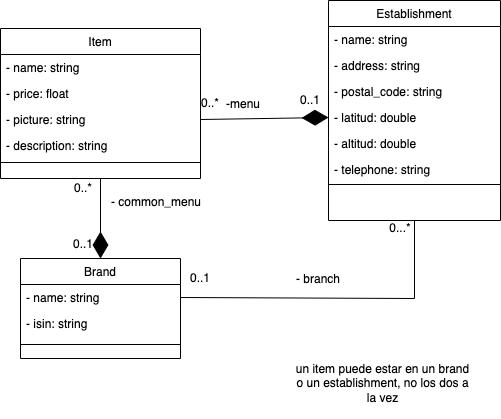
This is classDiagram.drawio.png from Rosa9120/AlacantGO, a draw.io export, as it was before one commit. Source tidied: cells renumbered, new cells last; positions are measured from the earlier drawing's top-left corner, leaving out a move shared by most shapes.
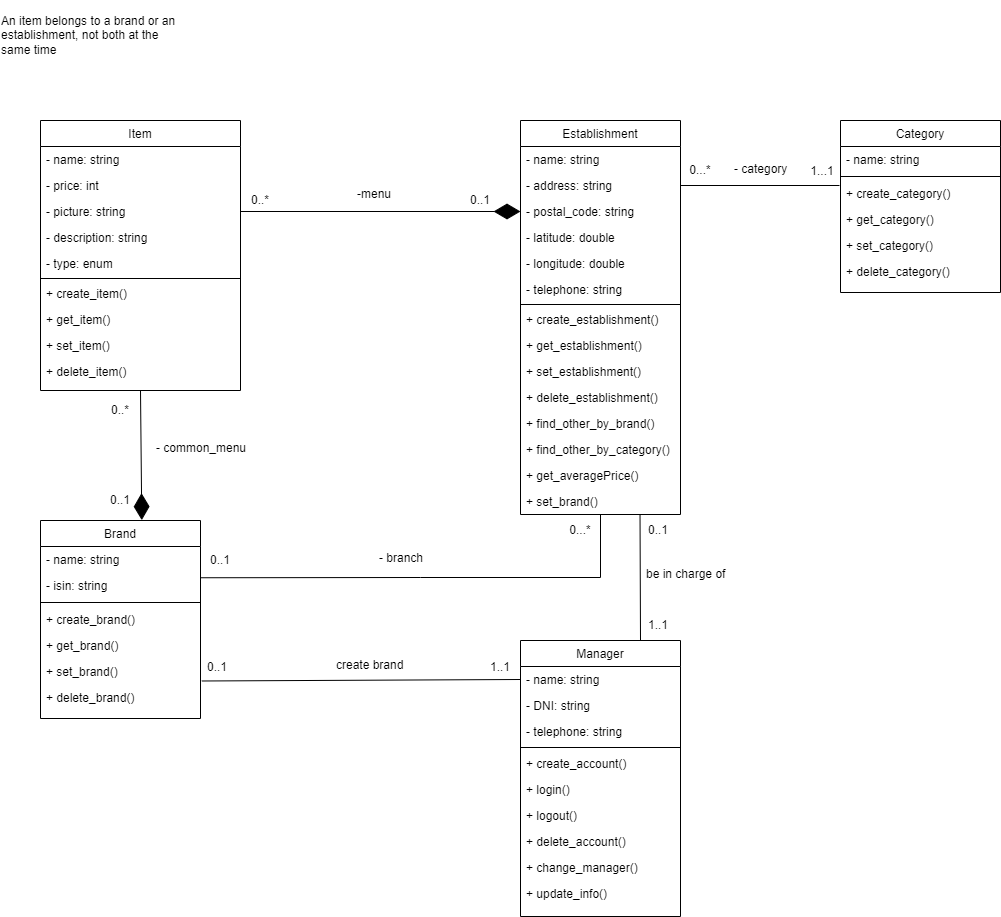
The same file after the commit.

Commit message:
class diagram modified

Diff of the diagram source:
```diff
@@ -5,3 +5,3 @@
     <mxCell id="2" value="Item" style="swimlane;fontStyle=0;align=center;verticalAlign=top;horizontal=1;startSize=26;rounded=0;shadow=0;strokeWidth=1;" parent="1" vertex="1">
-      <mxGeometry y="28" width="200" height="150" as="geometry" />
+      <mxGeometry x="-100" y="-242" width="200" height="270" as="geometry" />
     </mxCell>
@@ -10,3 +10,3 @@
     </mxCell>
-    <mxCell id="4" value="- price: float" style="text;align=left;verticalAlign=top;spacingLeft=4;spacingRight=4;overflow=hidden;" parent="2" vertex="1">
+    <mxCell id="4" value="- price: int" style="text;align=left;verticalAlign=top;spacingLeft=4;spacingRight=4;overflow=hidden;" parent="2" vertex="1">
       <mxGeometry y="52" width="200" height="26" as="geometry" />
@@ -19,7 +19,22 @@
     </mxCell>
+    <mxCell id="33" value="- type: enum" style="text;align=left;verticalAlign=top;spacingLeft=4;spacingRight=4;overflow=hidden;rounded=0;shadow=0;html=0;" parent="2" vertex="1">
+      <mxGeometry y="130" width="200" height="26" as="geometry" />
+    </mxCell>
     <mxCell id="7" style="line;html=1;strokeWidth=1;align=left;verticalAlign=middle;spacingTop=-1;spacingLeft=3;spacingRight=3;labelPosition=right;" parent="2" vertex="1">
-      <mxGeometry y="130" width="200" height="8" as="geometry" />
+      <mxGeometry y="156" width="200" height="4" as="geometry" />
     </mxCell>
+    <mxCell id="34" value="+ create_item()" style="text;align=left;verticalAlign=top;spacingLeft=4;spacingRight=4;overflow=hidden;rounded=0;shadow=0;html=0;" parent="2" vertex="1">
+      <mxGeometry y="160" width="200" height="26" as="geometry" />
+    </mxCell>
+    <mxCell id="35" value="+ get_item()" style="text;align=left;verticalAlign=top;spacingLeft=4;spacingRight=4;overflow=hidden;rounded=0;shadow=0;html=0;" parent="2" vertex="1">
+      <mxGeometry y="186" width="200" height="26" as="geometry" />
+    </mxCell>
+    <mxCell id="36" value="+ set_item()" style="text;align=left;verticalAlign=top;spacingLeft=4;spacingRight=4;overflow=hidden;rounded=0;shadow=0;html=0;" parent="2" vertex="1">
+      <mxGeometry y="212" width="200" height="26" as="geometry" />
+    </mxCell>
+    <mxCell id="37" value="+ delete_item()" style="text;align=left;verticalAlign=top;spacingLeft=4;spacingRight=4;overflow=hidden;rounded=0;shadow=0;html=0;" parent="2" vertex="1">
+      <mxGeometry y="238" width="200" height="26" as="geometry" />
+    </mxCell>
     <mxCell id="8" value="Brand" style="swimlane;fontStyle=0;align=center;verticalAlign=top;horizontal=1;startSize=26;rounded=0;shadow=0;strokeWidth=1;" parent="1" vertex="1">
-      <mxGeometry x="20" y="258" width="160" height="100" as="geometry" />
+      <mxGeometry x="-100" y="158" width="160" height="198" as="geometry" />
     </mxCell>
@@ -32,29 +47,65 @@
     <mxCell id="11" style="line;html=1;strokeWidth=1;align=left;verticalAlign=middle;spacingTop=-1;spacingLeft=3;spacingRight=3;labelPosition=right;" parent="8" vertex="1">
-      <mxGeometry y="78" width="160" height="16" as="geometry" />
+      <mxGeometry y="78" width="160" height="8" as="geometry" />
     </mxCell>
+    <mxCell id="38" value="+ create_brand()" style="text;align=left;verticalAlign=top;spacingLeft=4;spacingRight=4;overflow=hidden;rounded=0;shadow=0;html=0;" parent="8" vertex="1">
+      <mxGeometry y="86" width="160" height="26" as="geometry" />
+    </mxCell>
+    <mxCell id="39" value="+ get_brand()" style="text;align=left;verticalAlign=top;spacingLeft=4;spacingRight=4;overflow=hidden;rounded=0;shadow=0;html=0;" parent="8" vertex="1">
+      <mxGeometry y="112" width="160" height="26" as="geometry" />
+    </mxCell>
+    <mxCell id="40" value="+ set_brand()" style="text;align=left;verticalAlign=top;spacingLeft=4;spacingRight=4;overflow=hidden;points=[[0,0.5],[1,0.5]];portConstraint=eastwest;rounded=0;shadow=0;html=0;" parent="8" vertex="1">
+      <mxGeometry y="138" width="160" height="26" as="geometry" />
+    </mxCell>
+    <mxCell id="41" value="+ delete_brand()" style="text;align=left;verticalAlign=top;spacingLeft=4;spacingRight=4;overflow=hidden;rounded=0;shadow=0;html=0;" parent="8" vertex="1">
+      <mxGeometry y="164" width="160" height="26" as="geometry" />
+    </mxCell>
     <mxCell id="12" value="Establishment" style="swimlane;fontStyle=0;align=center;verticalAlign=top;horizontal=1;startSize=26;rounded=0;shadow=0;strokeWidth=1;" parent="1" vertex="1">
-      <mxGeometry x="328" width="172" height="220" as="geometry" />
+      <mxGeometry x="380" y="-242" width="160" height="394" as="geometry" />
     </mxCell>
     <mxCell id="13" value="- name: string" style="text;align=left;verticalAlign=top;spacingLeft=4;spacingRight=4;overflow=hidden;" parent="12" vertex="1">
-      <mxGeometry y="26" width="172" height="26" as="geometry" />
+      <mxGeometry y="26" width="160" height="26" as="geometry" />
     </mxCell>
     <mxCell id="14" value="- address: string" style="text;align=left;verticalAlign=top;spacingLeft=4;spacingRight=4;overflow=hidden;points=[[0,0.5],[1,0.5]];portConstraint=eastwest;" parent="12" vertex="1">
-      <mxGeometry y="52" width="172" height="26" as="geometry" />
+      <mxGeometry y="52" width="160" height="26" as="geometry" />
     </mxCell>
     <mxCell id="15" value="- postal_code: string" style="text;align=left;verticalAlign=top;spacingLeft=4;spacingRight=4;overflow=hidden;points=[[0,0.5],[1,0.5]];portConstraint=eastwest;rounded=0;shadow=0;html=0;" parent="12" vertex="1">
-      <mxGeometry y="78" width="172" height="26" as="geometry" />
+      <mxGeometry y="78" width="160" height="26" as="geometry" />
     </mxCell>
-    <mxCell id="16" value="- latitud: double" style="text;align=left;verticalAlign=top;spacingLeft=4;spacingRight=4;overflow=hidden;points=[[0,0.5],[1,0.5]];portConstraint=eastwest;rounded=0;shadow=0;html=0;" parent="12" vertex="1">
-      <mxGeometry y="104" width="172" height="26" as="geometry" />
+    <mxCell id="16" value="- latitude: double" style="text;align=left;verticalAlign=top;spacingLeft=4;spacingRight=4;overflow=hidden;points=[[0,0.5],[1,0.5]];portConstraint=eastwest;rounded=0;shadow=0;html=0;" parent="12" vertex="1">
+      <mxGeometry y="104" width="160" height="26" as="geometry" />
     </mxCell>
-    <mxCell id="17" value="- altitud: double" style="text;align=left;verticalAlign=top;spacingLeft=4;spacingRight=4;overflow=hidden;rounded=0;shadow=0;html=0;" parent="12" vertex="1">
-      <mxGeometry y="130" width="172" height="26" as="geometry" />
+    <mxCell id="17" value="- longitude: double" style="text;align=left;verticalAlign=top;spacingLeft=4;spacingRight=4;overflow=hidden;rounded=0;shadow=0;html=0;" parent="12" vertex="1">
+      <mxGeometry y="130" width="160" height="26" as="geometry" />
     </mxCell>
     <mxCell id="18" value="- telephone: string" style="text;align=left;verticalAlign=top;spacingLeft=4;spacingRight=4;overflow=hidden;rounded=0;shadow=0;html=0;" parent="12" vertex="1">
-      <mxGeometry y="156" width="172" height="26" as="geometry" />
+      <mxGeometry y="156" width="160" height="26" as="geometry" />
     </mxCell>
     <mxCell id="19" style="line;html=1;strokeWidth=1;align=left;verticalAlign=middle;spacingTop=-1;spacingLeft=3;spacingRight=3;labelPosition=right;" parent="12" vertex="1">
-      <mxGeometry y="182" width="172" height="4" as="geometry" />
+      <mxGeometry y="182" width="160" height="4" as="geometry" />
     </mxCell>
+    <mxCell id="42" value="+ create_establishment()" style="text;align=left;verticalAlign=top;spacingLeft=4;spacingRight=4;overflow=hidden;rounded=0;shadow=0;html=0;" parent="12" vertex="1">
+      <mxGeometry y="186" width="160" height="26" as="geometry" />
+    </mxCell>
+    <mxCell id="43" value="+ get_establishment()" style="text;align=left;verticalAlign=top;spacingLeft=4;spacingRight=4;overflow=hidden;rounded=0;shadow=0;html=0;" parent="12" vertex="1">
+      <mxGeometry y="212" width="160" height="26" as="geometry" />
+    </mxCell>
+    <mxCell id="44" value="+ set_establishment()" style="text;align=left;verticalAlign=top;spacingLeft=4;spacingRight=4;overflow=hidden;rounded=0;shadow=0;html=0;" parent="12" vertex="1">
+      <mxGeometry y="238" width="160" height="26" as="geometry" />
+    </mxCell>
+    <mxCell id="45" value="+ delete_establishment()" style="text;align=left;verticalAlign=top;spacingLeft=4;spacingRight=4;overflow=hidden;rounded=0;shadow=0;html=0;" parent="12" vertex="1">
+      <mxGeometry y="264" width="160" height="26" as="geometry" />
+    </mxCell>
+    <mxCell id="46" value="+ find_other_by_brand()" style="text;align=left;verticalAlign=top;spacingLeft=4;spacingRight=4;overflow=hidden;rounded=0;shadow=0;html=0;" parent="12" vertex="1">
+      <mxGeometry y="290" width="160" height="26" as="geometry" />
+    </mxCell>
+    <mxCell id="47" value="+ find_other_by_category()" style="text;align=left;verticalAlign=top;spacingLeft=4;spacingRight=4;overflow=hidden;rounded=0;shadow=0;html=0;" parent="12" vertex="1">
+      <mxGeometry y="316" width="160" height="26" as="geometry" />
+    </mxCell>
+    <mxCell id="48" value="+ get_averagePrice()" style="text;align=left;verticalAlign=top;spacingLeft=4;spacingRight=4;overflow=hidden;rounded=0;shadow=0;html=0;" parent="12" vertex="1">
+      <mxGeometry y="342" width="160" height="26" as="geometry" />
+    </mxCell>
+    <mxCell id="49" value="+ set_brand()" style="text;align=left;verticalAlign=top;spacingLeft=4;spacingRight=4;overflow=hidden;points=[[0,0.5],[1,0.5]];portConstraint=eastwest;rounded=0;shadow=0;html=0;" parent="12" vertex="1">
+      <mxGeometry y="368" width="160" height="26" as="geometry" />
+    </mxCell>
-    <mxCell id="20" style="endArrow=diamondThin;endFill=1;endSize=24;html=1;rounded=0;exitX=0.5;exitY=1;exitDx=0;exitDy=0;entryX=0.5;entryY=0;entryDx=0;entryDy=0;" parent="1" edge="1" source="2" target="8">
+    <mxCell id="20" style="endArrow=diamondThin;endFill=1;endSize=24;html=1;rounded=0;exitX=0.5;exitY=1;exitDx=0;exitDy=0;entryX=0.633;entryY=-0.002;entryDx=0;entryDy=0;entryPerimeter=0;" parent="1" edge="1" source="2" target="8">
       <mxGeometry relative="1" as="geometry" />
@@ -62,5 +113,5 @@
     <mxCell id="21" value="0..1" style="text;html=1;strokeColor=none;fillColor=none;align=center;verticalAlign=middle;whiteSpace=wrap;rounded=0;" parent="1" vertex="1">
-      <mxGeometry x="73" y="234" width="20" height="20" as="geometry" />
+      <mxGeometry x="-30" y="128" width="20" height="20" as="geometry" />
     </mxCell>
-    <mxCell id="22" style="endArrow=diamondThin;endFill=1;endSize=24;html=1;rounded=0;exitX=1;exitY=0.5;exitDx=0;exitDy=0;entryX=0;entryY=0.5;entryDx=0;entryDy=0;" parent="1" edge="1" source="5" target="16">
+    <mxCell id="22" style="endArrow=diamondThin;endFill=1;endSize=24;html=1;rounded=0;exitX=1;exitY=0.5;exitDx=0;exitDy=0;entryX=0;entryY=0.5;entryDx=0;entryDy=0;" parent="1" edge="1" source="5" target="15">
       <mxGeometry relative="1" as="geometry" />
@@ -68,14 +119,15 @@
     <mxCell id="23" value="0..*" style="text;html=1;strokeColor=none;fillColor=none;align=center;verticalAlign=middle;whiteSpace=wrap;rounded=0;" parent="1" vertex="1">
-      <mxGeometry x="73" y="178" width="20" height="20" as="geometry" />
+      <mxGeometry x="-30" y="38" width="20" height="20" as="geometry" />
     </mxCell>
     <mxCell id="24" value="0..*" style="text;html=1;strokeColor=none;fillColor=none;align=center;verticalAlign=middle;whiteSpace=wrap;rounded=0;" parent="1" vertex="1">
-      <mxGeometry x="200" y="93" width="20" height="20" as="geometry" />
+      <mxGeometry x="110" y="-172" width="20" height="20" as="geometry" />
     </mxCell>
     <mxCell id="25" value="0..1" style="text;html=1;strokeColor=none;fillColor=none;align=center;verticalAlign=middle;whiteSpace=wrap;rounded=0;" parent="1" vertex="1">
-      <mxGeometry x="300" y="90" width="20" height="20" as="geometry" />
+      <mxGeometry x="330" y="-172" width="20" height="20" as="geometry" />
     </mxCell>
-    <mxCell id="26" style="endArrow=none;html=1;rounded=0;exitX=1;exitY=0.5;exitDx=0;exitDy=0;entryX=0.5;entryY=1;entryDx=0;entryDy=0;" parent="1" edge="1" source="9" target="12">
+    <mxCell id="26" style="endArrow=none;html=1;rounded=0;entryX=0.5;entryY=1;entryDx=0;entryDy=0;exitX=1;exitY=0.202;exitDx=0;exitDy=0;exitPerimeter=0;" parent="1" edge="1" source="10" target="12">
       <mxGeometry relative="1" as="geometry">
         <Array as="points">
-          <mxPoint x="414" y="298" />
+          <mxPoint x="280" y="215" />
+          <mxPoint x="460" y="215" />
         </Array>
@@ -84,19 +136,111 @@
     <mxCell id="27" value="0..1" style="text;html=1;strokeColor=none;fillColor=none;align=center;verticalAlign=middle;whiteSpace=wrap;rounded=0;" parent="1" vertex="1">
-      <mxGeometry x="190" y="268" width="20" height="20" as="geometry" />
+      <mxGeometry x="70" y="188" width="20" height="20" as="geometry" />
     </mxCell>
     <mxCell id="28" value="0...*" style="text;html=1;strokeColor=none;fillColor=none;align=center;verticalAlign=middle;whiteSpace=wrap;rounded=0;" parent="1" vertex="1">
-      <mxGeometry x="390" y="218" width="20" height="20" as="geometry" />
+      <mxGeometry x="430" y="158" width="20" height="20" as="geometry" />
     </mxCell>
     <mxCell id="29" value="- branch" style="text;align=left;verticalAlign=top;spacingLeft=4;spacingRight=4;overflow=hidden;rounded=0;shadow=0;html=0;" parent="1" vertex="1">
-      <mxGeometry x="290" y="265" width="60" height="26" as="geometry" />
+      <mxGeometry x="233" y="182" width="60" height="26" as="geometry" />
     </mxCell>
     <mxCell id="30" value="- common_menu" style="text;align=left;verticalAlign=top;spacingLeft=4;spacingRight=4;overflow=hidden;rounded=0;shadow=0;html=0;" parent="1" vertex="1">
-      <mxGeometry x="105" y="188" width="200" height="26" as="geometry" />
+      <mxGeometry x="10" y="72" width="110" height="26" as="geometry" />
     </mxCell>
     <mxCell id="31" value="-menu" style="text;align=left;verticalAlign=top;spacingLeft=4;spacingRight=4;overflow=hidden;rounded=0;shadow=0;html=0;" parent="1" vertex="1">
-      <mxGeometry x="220" y="90" width="50" height="26" as="geometry" />
+      <mxGeometry x="211" y="-182" width="50" height="26" as="geometry" />
     </mxCell>
-    <mxCell id="32" value="un item puede estar en un brand o un establishment, no los dos a la vez" style="text;html=1;strokeColor=none;fillColor=none;align=center;verticalAlign=middle;whiteSpace=wrap;rounded=0;" parent="1" vertex="1">
-      <mxGeometry x="290" y="348" width="185" height="70" as="geometry" />
+    <mxCell id="32" value="&lt;div style=&quot;text-align: left&quot;&gt;&lt;span&gt;An item belongs to a brand or an establishment, not both at the same time&lt;/span&gt;&lt;/div&gt;" style="text;html=1;strokeColor=none;fillColor=none;align=center;verticalAlign=middle;whiteSpace=wrap;rounded=0;" parent="1" vertex="1">
+      <mxGeometry x="-140" y="-362" width="185" height="70" as="geometry" />
     </mxCell>
+    <mxCell id="50" value="Category" style="swimlane;fontStyle=0;align=center;verticalAlign=top;horizontal=1;startSize=26;rounded=0;shadow=0;strokeWidth=1;" parent="1" vertex="1">
+      <mxGeometry x="700" y="-242" width="160" height="172" as="geometry" />
+    </mxCell>
+    <mxCell id="51" value="- name: string" style="text;align=left;verticalAlign=top;spacingLeft=4;spacingRight=4;overflow=hidden;" parent="50" vertex="1">
+      <mxGeometry y="26" width="160" height="26" as="geometry" />
+    </mxCell>
+    <mxCell id="52" style="line;html=1;strokeWidth=1;align=left;verticalAlign=middle;spacingTop=-1;spacingLeft=3;spacingRight=3;labelPosition=right;" parent="50" vertex="1">
+      <mxGeometry y="52" width="160" height="8" as="geometry" />
+    </mxCell>
+    <mxCell id="53" value="+ create_category()" style="text;align=left;verticalAlign=top;spacingLeft=4;spacingRight=4;overflow=hidden;rounded=0;shadow=0;html=0;" parent="50" vertex="1">
+      <mxGeometry y="60" width="160" height="26" as="geometry" />
+    </mxCell>
+    <mxCell id="54" value="+ get_category()" style="text;align=left;verticalAlign=top;spacingLeft=4;spacingRight=4;overflow=hidden;rounded=0;shadow=0;html=0;" parent="50" vertex="1">
+      <mxGeometry y="86" width="160" height="26" as="geometry" />
+    </mxCell>
+    <mxCell id="55" value="+ set_category()" style="text;align=left;verticalAlign=top;spacingLeft=4;spacingRight=4;overflow=hidden;rounded=0;shadow=0;html=0;" parent="50" vertex="1">
+      <mxGeometry y="112" width="160" height="26" as="geometry" />
+    </mxCell>
+    <mxCell id="56" value="+ delete_category()" style="text;align=left;verticalAlign=top;spacingLeft=4;spacingRight=4;overflow=hidden;rounded=0;shadow=0;html=0;" parent="50" vertex="1">
+      <mxGeometry y="138" width="160" height="26" as="geometry" />
+    </mxCell>
+    <mxCell id="57" style="endArrow=none;html=1;rounded=0;entryX=1;entryY=0.5;entryDx=0;entryDy=0;" parent="1" edge="1" target="14">
+      <mxGeometry relative="1" as="geometry">
+        <mxPoint x="699" y="-177" as="sourcePoint" />
+      </mxGeometry>
+    </mxCell>
+    <mxCell id="58" value="0...*" style="text;html=1;strokeColor=none;fillColor=none;align=center;verticalAlign=middle;whiteSpace=wrap;rounded=0;" parent="1" vertex="1">
+      <mxGeometry x="550" y="-202" width="20" height="20" as="geometry" />
+    </mxCell>
+    <mxCell id="59" value="1...1" style="text;html=1;strokeColor=none;fillColor=none;align=center;verticalAlign=middle;whiteSpace=wrap;rounded=0;" parent="1" vertex="1">
+      <mxGeometry x="667" y="-201" width="30" height="20" as="geometry" />
+    </mxCell>
+    <mxCell id="60" value="- category" style="text;align=left;verticalAlign=top;spacingLeft=4;spacingRight=4;overflow=hidden;rounded=0;shadow=0;html=0;" parent="1" vertex="1">
+      <mxGeometry x="588" y="-207" width="70" height="26" as="geometry" />
+    </mxCell>
+    <mxCell id="61" value="Manager" style="swimlane;fontStyle=0;align=center;verticalAlign=top;horizontal=1;startSize=26;rounded=0;shadow=0;strokeWidth=1;" parent="1" vertex="1">
+      <mxGeometry x="380" y="278" width="160" height="276" as="geometry" />
+    </mxCell>
+    <mxCell id="62" value="- name: string" style="text;align=left;verticalAlign=top;spacingLeft=4;spacingRight=4;overflow=hidden;points=[[0,0.5],[1,0.5]];portConstraint=eastwest;" parent="61" vertex="1">
+      <mxGeometry y="26" width="160" height="26" as="geometry" />
+    </mxCell>
+    <mxCell id="63" value="- DNI: string" style="text;align=left;verticalAlign=top;spacingLeft=4;spacingRight=4;overflow=hidden;" parent="61" vertex="1">
+      <mxGeometry y="52" width="160" height="26" as="geometry" />
+    </mxCell>
+    <mxCell id="64" value="- telephone: string" style="text;align=left;verticalAlign=top;spacingLeft=4;spacingRight=4;overflow=hidden;rounded=0;shadow=0;html=0;" parent="61" vertex="1">
+      <mxGeometry y="78" width="160" height="26" as="geometry" />
+    </mxCell>
+    <mxCell id="65" style="line;html=1;strokeWidth=1;align=left;verticalAlign=middle;spacingTop=-1;spacingLeft=3;spacingRight=3;labelPosition=right;" parent="61" vertex="1">
+      <mxGeometry y="104" width="160" height="6" as="geometry" />
+    </mxCell>
+    <mxCell id="66" value="+ create_account()" style="text;align=left;verticalAlign=top;spacingLeft=4;spacingRight=4;overflow=hidden;rounded=0;shadow=0;html=0;" parent="61" vertex="1">
+      <mxGeometry y="110" width="160" height="26" as="geometry" />
+    </mxCell>
+    <mxCell id="67" value="+ login()" style="text;align=left;verticalAlign=top;spacingLeft=4;spacingRight=4;overflow=hidden;rounded=0;shadow=0;html=0;" parent="61" vertex="1">
+      <mxGeometry y="136" width="160" height="26" as="geometry" />
+    </mxCell>
+    <mxCell id="68" value="+ logout()" style="text;align=left;verticalAlign=top;spacingLeft=4;spacingRight=4;overflow=hidden;rounded=0;shadow=0;html=0;" parent="61" vertex="1">
+      <mxGeometry y="162" width="160" height="26" as="geometry" />
+    </mxCell>
+    <mxCell id="69" value="+ delete_account()" style="text;align=left;verticalAlign=top;spacingLeft=4;spacingRight=4;overflow=hidden;rounded=0;shadow=0;html=0;" parent="61" vertex="1">
+      <mxGeometry y="188" width="160" height="26" as="geometry" />
+    </mxCell>
+    <mxCell id="70" value="+ change_manager()" style="text;align=left;verticalAlign=top;spacingLeft=4;spacingRight=4;overflow=hidden;rounded=0;shadow=0;html=0;" parent="61" vertex="1">
+      <mxGeometry y="214" width="160" height="26" as="geometry" />
+    </mxCell>
+    <mxCell id="71" value="+ update_info()" style="text;align=left;verticalAlign=top;spacingLeft=4;spacingRight=4;overflow=hidden;rounded=0;shadow=0;html=0;" parent="61" vertex="1">
+      <mxGeometry y="240" width="160" height="26" as="geometry" />
+    </mxCell>
+    <mxCell id="72" style="endArrow=none;html=1;rounded=0;entryX=1.008;entryY=0.865;entryDx=0;entryDy=0;entryPerimeter=0;exitX=0;exitY=0.5;exitDx=0;exitDy=0;" parent="1" edge="1" source="62" target="40">
+      <mxGeometry relative="1" as="geometry" />
+    </mxCell>
+    <mxCell id="73" value="0..1" style="text;html=1;strokeColor=none;fillColor=none;align=center;verticalAlign=middle;whiteSpace=wrap;rounded=0;" parent="1" vertex="1">
+      <mxGeometry x="67" y="295" width="20" height="20" as="geometry" />
+    </mxCell>
+    <mxCell id="74" value="1..1" style="text;html=1;strokeColor=none;fillColor=none;align=center;verticalAlign=middle;whiteSpace=wrap;rounded=0;" parent="1" vertex="1">
+      <mxGeometry x="350" y="295" width="20" height="20" as="geometry" />
+    </mxCell>
+    <mxCell id="75" value="create brand" style="text;align=left;verticalAlign=top;spacingLeft=4;spacingRight=4;overflow=hidden;rounded=0;shadow=0;html=0;" parent="1" vertex="1">
+      <mxGeometry x="190" y="289" width="80" height="26" as="geometry" />
+    </mxCell>
+    <mxCell id="76" style="endArrow=none;html=1;rounded=0;entryX=0.747;entryY=1;entryDx=0;entryDy=0;entryPerimeter=0;exitX=0.75;exitY=0;exitDx=0;exitDy=0;" parent="1" edge="1" source="61" target="49">
+      <mxGeometry relative="1" as="geometry" />
+    </mxCell>
+    <mxCell id="77" value="1..1" style="text;html=1;strokeColor=none;fillColor=none;align=center;verticalAlign=middle;whiteSpace=wrap;rounded=0;" parent="1" vertex="1">
+      <mxGeometry x="508" y="253" width="20" height="20" as="geometry" />
+    </mxCell>
+    <mxCell id="78" value="0..1" style="text;html=1;strokeColor=none;fillColor=none;align=center;verticalAlign=middle;whiteSpace=wrap;rounded=0;" parent="1" vertex="1">
+      <mxGeometry x="508" y="158" width="20" height="20" as="geometry" />
+    </mxCell>
+    <mxCell id="79" value="be in charge of" style="text;align=left;verticalAlign=top;spacingLeft=4;spacingRight=4;overflow=hidden;rounded=0;shadow=0;html=0;" parent="1" vertex="1">
+      <mxGeometry x="500" y="198" width="90" height="26" as="geometry" />
+    </mxCell>
   </root>
```
